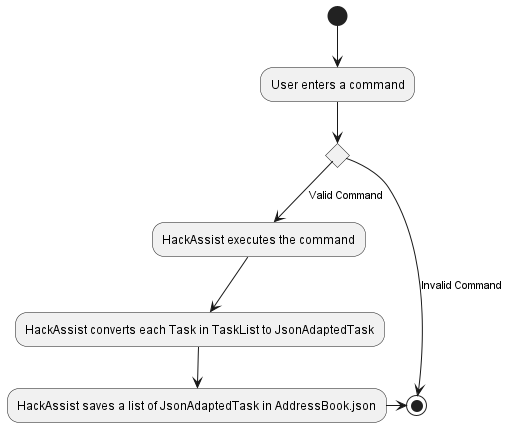
nus-cs2103-AY2223S1/tp keeps this PlantUML diagram as docs/images/StorageSaveActivityDiagram.png. Above is the earlier version. The source it was exported from:
```plantuml
@startuml

(*) --> "User enters a command"
if "" then
  -->[Valid Command] "HackAssist executes the command"
  --> "HackAssist converts each Task in TaskList to JsonAdaptedTask"
  --> "HackAssist saves a list of JsonAdaptedTask in AddressBook.json"
  -right-> (*)
else
  -->[Invalid Command] (*)
endif

@enduml
```
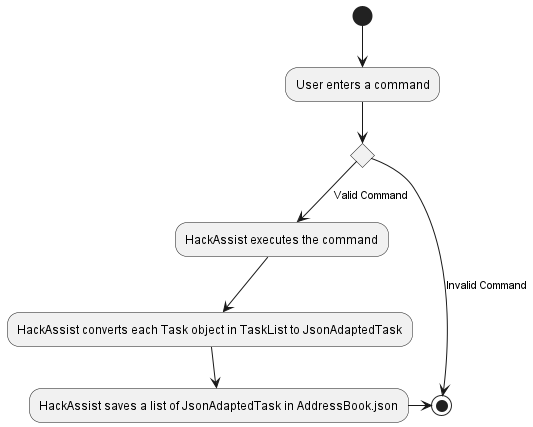
After the commit.

Change to the diagram source:
```diff
@@ -3,7 +3,7 @@
 (*) --> "User enters a command"
 if "" then
   -->[Valid Command] "HackAssist executes the command"
-  --> "HackAssist converts each Task in TaskList to JsonAdaptedTask"
+  --> "HackAssist converts each Task object in TaskList to JsonAdaptedTask"
   --> "HackAssist saves a list of JsonAdaptedTask in AddressBook.json"
   -right-> (*)
 else
```
